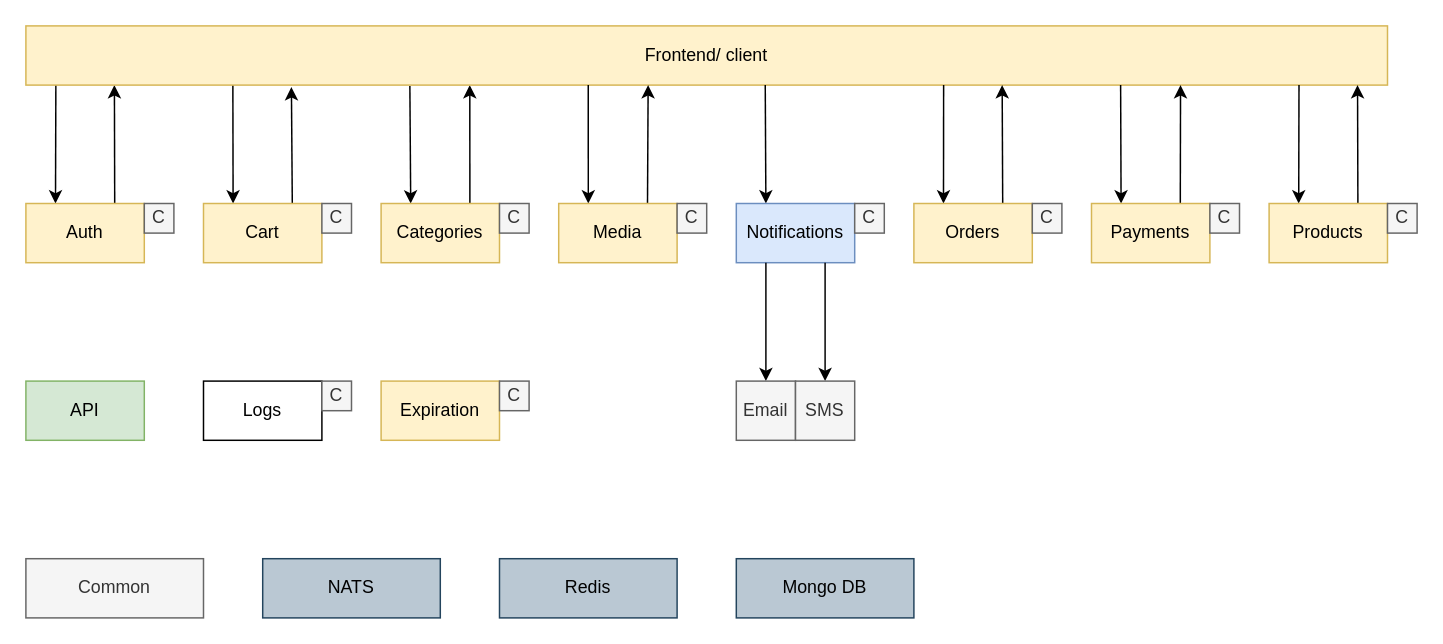
r3sdev/shop keeps this draw.io diagram as Shop.drawio. Above is the earlier version. Source tidied: cells renumbered, new cells numbered last; positions are measured from the earlier drawing's top-left corner, leaving out a move shared by most shapes. Both pictures are drawn from the tidied source at 148%, with x=0, y=0 at pixel (25, 25).
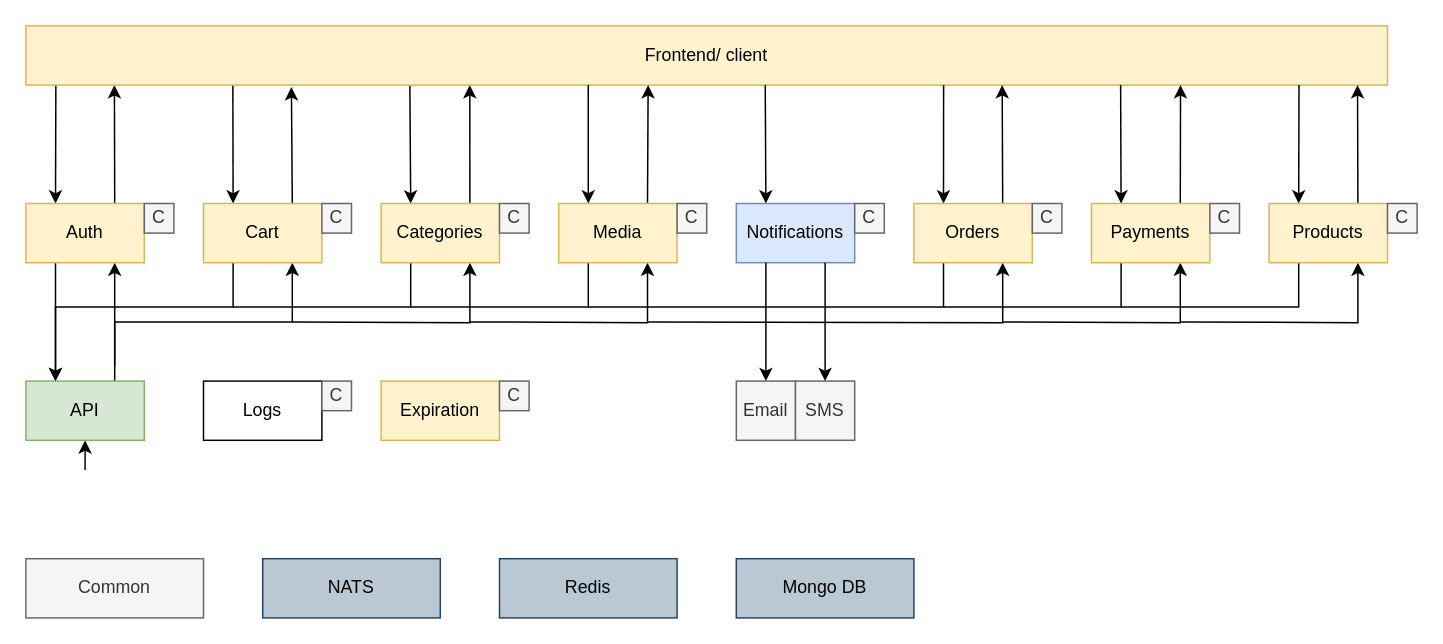
Above is the later version.

Unchanged cells that the change refers to:
```xml
<mxCell id="2" value="API" style="whiteSpace=wrap;html=1;fillColor=#d5e8d4;strokeColor=#82b366;" parent="1" vertex="1">
  <mxGeometry y="240" width="80" height="40" as="geometry" />
</mxCell>
<mxCell id="5" value="Auth" style="whiteSpace=wrap;html=1;fillColor=#fff2cc;strokeColor=#d6b656;glass=0;shadow=0;comic=0;" parent="1" vertex="1">
  <mxGeometry y="120" width="80" height="40" as="geometry" />
</mxCell>
<mxCell id="8" value="Cart" style="whiteSpace=wrap;html=1;fillColor=#fff2cc;strokeColor=#d6b656;" parent="1" vertex="1">
  <mxGeometry x="120" y="120" width="80" height="40" as="geometry" />
</mxCell>
<mxCell id="11" value="Categories" style="whiteSpace=wrap;html=1;fillColor=#fff2cc;strokeColor=#d6b656;" parent="1" vertex="1">
  <mxGeometry x="240" y="120" width="80" height="40" as="geometry" />
</mxCell>
<mxCell id="18" value="Media" style="whiteSpace=wrap;html=1;fillColor=#fff2cc;strokeColor=#d6b656;" parent="1" vertex="1">
  <mxGeometry x="360" y="120" width="80" height="40" as="geometry" />
</mxCell>
<mxCell id="23" value="Orders" style="whiteSpace=wrap;html=1;fillColor=#fff2cc;strokeColor=#d6b656;" parent="1" vertex="1">
  <mxGeometry x="600" y="120" width="80" height="40" as="geometry" />
</mxCell>
<mxCell id="26" value="Payments" style="whiteSpace=wrap;html=1;fillColor=#fff2cc;strokeColor=#d6b656;" parent="1" vertex="1">
  <mxGeometry x="720" y="120" width="80" height="40" as="geometry" />
</mxCell>
<mxCell id="29" value="Products" style="whiteSpace=wrap;html=1;fillColor=#fff2cc;strokeColor=#d6b656;" parent="1" vertex="1">
  <mxGeometry x="840" y="120" width="80" height="40" as="geometry" />
</mxCell>
```

What changed in the source:
```diff
@@
+    <mxCell id="47" style="edgeStyle=orthogonalEdgeStyle;rounded=0;jettySize=auto;html=1;exitX=0.25;exitY=1;exitDx=0;exitDy=0;entryX=0.25;entryY=0;entryDx=0;entryDy=0;" parent="1" edge="1" source="5" target="2">
+      <mxGeometry relative="1" as="geometry" />
+    </mxCell>
+    <mxCell id="48" style="edgeStyle=orthogonalEdgeStyle;rounded=0;jettySize=auto;html=1;exitX=0.75;exitY=0;exitDx=0;exitDy=0;entryX=0.75;entryY=1;entryDx=0;entryDy=0;" parent="1" edge="1" source="2" target="5">
+      <mxGeometry relative="1" as="geometry" />
+    </mxCell>
+    <mxCell id="49" style="edgeStyle=orthogonalEdgeStyle;rounded=0;jettySize=auto;html=1;endArrow=classic;endFill=1;entryX=0.5;entryY=1;entryDx=0;entryDy=0;" parent="1" edge="1" target="2">
+      <mxGeometry relative="1" as="geometry">
+        <mxPoint x="40" y="300" as="sourcePoint" />
+      </mxGeometry>
+    </mxCell>
@@
+    <mxCell id="50" style="edgeStyle=orthogonalEdgeStyle;rounded=0;jettySize=auto;html=1;exitX=0.25;exitY=1;exitDx=0;exitDy=0;" parent="1" edge="1" source="8">
+      <mxGeometry relative="1" as="geometry">
+        <mxPoint x="20" y="240" as="targetPoint" />
+        <Array as="points">
+          <mxPoint x="140" y="190" />
+          <mxPoint x="20" y="190" />
+        </Array>
+      </mxGeometry>
+    </mxCell>
+    <mxCell id="51" style="edgeStyle=orthogonalEdgeStyle;rounded=0;jettySize=auto;html=1;exitX=0.75;exitY=1;exitDx=0;exitDy=0;endArrow=classic;endFill=1;entryX=0.75;entryY=1;entryDx=0;entryDy=0;" parent="1" edge="1" target="8">
+      <mxGeometry relative="1" as="geometry">
+        <mxPoint x="60" y="230" as="sourcePoint" />
+        <Array as="points">
+          <mxPoint x="60" y="200" />
+          <mxPoint x="180" y="200" />
+        </Array>
+      </mxGeometry>
+    </mxCell>
@@
+    <mxCell id="52" style="edgeStyle=orthogonalEdgeStyle;rounded=0;jettySize=auto;html=1;exitX=0.25;exitY=1;exitDx=0;exitDy=0;endArrow=none;endFill=0;" parent="1" edge="1" source="11">
+      <mxGeometry relative="1" as="geometry">
+        <mxPoint x="140" y="190" as="targetPoint" />
+        <Array as="points">
+          <mxPoint x="260" y="190" />
+        </Array>
+      </mxGeometry>
+    </mxCell>
+    <mxCell id="53" style="edgeStyle=orthogonalEdgeStyle;rounded=0;jettySize=auto;html=1;exitX=0.75;exitY=1;exitDx=0;exitDy=0;endArrow=classic;endFill=1;entryX=0.75;entryY=1;entryDx=0;entryDy=0;" parent="1" edge="1" target="11">
+      <mxGeometry relative="1" as="geometry">
+        <mxPoint x="180" y="200" as="sourcePoint" />
+      </mxGeometry>
+    </mxCell>
@@
+    <mxCell id="54" style="edgeStyle=orthogonalEdgeStyle;rounded=0;jettySize=auto;html=1;exitX=0.25;exitY=1;exitDx=0;exitDy=0;endArrow=none;endFill=0;" parent="1" edge="1" source="18">
+      <mxGeometry relative="1" as="geometry">
+        <mxPoint x="260" y="190" as="targetPoint" />
+        <Array as="points">
+          <mxPoint x="380" y="190" />
+        </Array>
+      </mxGeometry>
+    </mxCell>
+    <mxCell id="55" style="edgeStyle=orthogonalEdgeStyle;rounded=0;jettySize=auto;html=1;exitX=0.75;exitY=1;exitDx=0;exitDy=0;endArrow=classic;endFill=1;entryX=0.75;entryY=1;entryDx=0;entryDy=0;" parent="1" edge="1" target="18">
+      <mxGeometry relative="1" as="geometry">
+        <mxPoint x="300" y="200" as="sourcePoint" />
+      </mxGeometry>
+    </mxCell>
@@
+    <mxCell id="56" style="edgeStyle=orthogonalEdgeStyle;rounded=0;jettySize=auto;html=1;exitX=0.25;exitY=1;exitDx=0;exitDy=0;endArrow=none;endFill=0;" parent="1" edge="1" source="23">
+      <mxGeometry relative="1" as="geometry">
+        <mxPoint x="380" y="190" as="targetPoint" />
+        <Array as="points">
+          <mxPoint x="620" y="190" />
+        </Array>
+      </mxGeometry>
+    </mxCell>
+    <mxCell id="57" style="edgeStyle=orthogonalEdgeStyle;rounded=0;jettySize=auto;html=1;exitX=0.75;exitY=1;exitDx=0;exitDy=0;endArrow=classic;endFill=1;entryX=0.75;entryY=1;entryDx=0;entryDy=0;" parent="1" edge="1" target="23">
+      <mxGeometry relative="1" as="geometry">
+        <mxPoint x="420" y="200" as="sourcePoint" />
+      </mxGeometry>
+    </mxCell>
@@
+    <mxCell id="58" style="edgeStyle=orthogonalEdgeStyle;rounded=0;jettySize=auto;html=1;exitX=0.25;exitY=1;exitDx=0;exitDy=0;endArrow=none;endFill=0;" parent="1" edge="1" source="26">
+      <mxGeometry relative="1" as="geometry">
+        <mxPoint x="620" y="190" as="targetPoint" />
+        <Array as="points">
+          <mxPoint x="740" y="190" />
+        </Array>
+      </mxGeometry>
+    </mxCell>
+    <mxCell id="59" style="edgeStyle=orthogonalEdgeStyle;rounded=0;jettySize=auto;html=1;exitX=0.75;exitY=1;exitDx=0;exitDy=0;endArrow=classic;endFill=1;entryX=0.75;entryY=1;entryDx=0;entryDy=0;" parent="1" edge="1" target="26">
+      <mxGeometry relative="1" as="geometry">
+        <mxPoint x="660" y="200" as="sourcePoint" />
+      </mxGeometry>
+    </mxCell>
@@
+    <mxCell id="60" style="edgeStyle=orthogonalEdgeStyle;rounded=0;jettySize=auto;html=1;exitX=0.25;exitY=1;exitDx=0;exitDy=0;endArrow=none;endFill=0;" parent="1" edge="1" source="29">
+      <mxGeometry relative="1" as="geometry">
+        <mxPoint x="740" y="190" as="targetPoint" />
+        <Array as="points">
+          <mxPoint x="860" y="190" />
+        </Array>
+      </mxGeometry>
+    </mxCell>
+    <mxCell id="61" style="edgeStyle=orthogonalEdgeStyle;rounded=0;jettySize=auto;html=1;exitX=0.75;exitY=1;exitDx=0;exitDy=0;endArrow=classic;endFill=1;entryX=0.75;entryY=1;entryDx=0;entryDy=0;" parent="1" edge="1" target="29">
+      <mxGeometry relative="1" as="geometry">
+        <mxPoint x="780" y="200" as="sourcePoint" />
+      </mxGeometry>
+    </mxCell>
```
